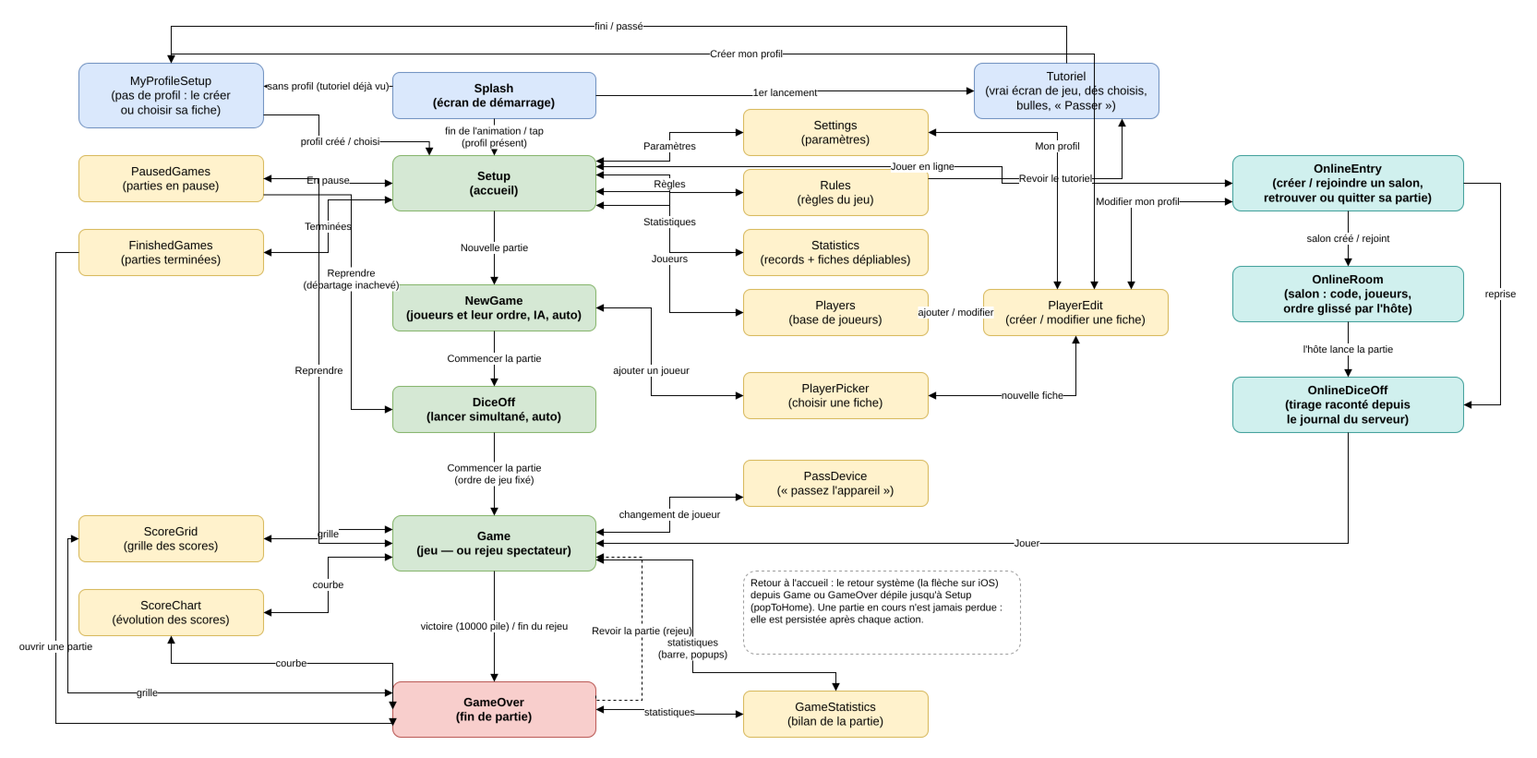
Above: docs/screen-flow.png in microscotch/tenk (draw.io), before the change. Source tidied: cells renumbered, new cells last; positions are measured from the earlier drawing's top-left corner, leaving out a move shared by most shapes.
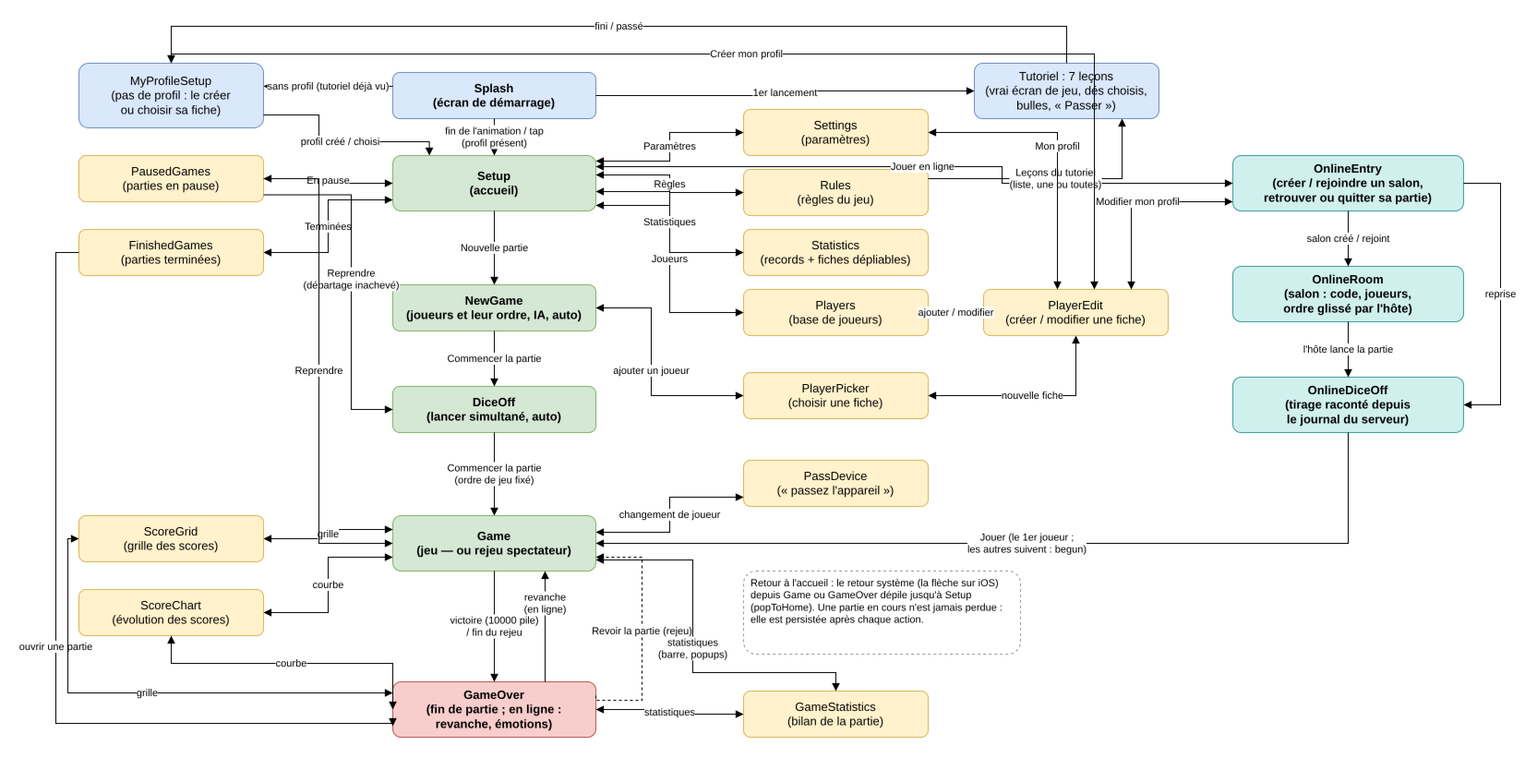
After the commit.

What changed in the source:
```diff
@@ -50,7 +50,7 @@
     <mxCell id="17" value="ScoreChart&#10;(évolution des scores)" style="rounded=1;whiteSpace=wrap;html=1;fillColor=#fff2cc;strokeColor=#d6b656;fontSize=13;" parent="1" vertex="1">
       <mxGeometry x="25" y="610" width="200" height="50" as="geometry" />
     </mxCell>
-    <mxCell id="18" value="GameOver&#10;(fin de partie)" style="rounded=1;whiteSpace=wrap;html=1;fillColor=#f8cecc;strokeColor=#b85450;fontSize=13;fontStyle=1;" parent="1" vertex="1">
+    <mxCell id="18" value="GameOver&#10;(fin de partie ; en ligne :&#10;revanche, émotions)" style="rounded=1;whiteSpace=wrap;html=1;fillColor=#f8cecc;strokeColor=#b85450;fontSize=13;fontStyle=1;" parent="1" vertex="1">
       <mxGeometry x="365" y="710" width="220" height="60" as="geometry" />
     </mxCell>
     <mxCell id="19" value="GameStatistics&#10;(bilan de la partie)" style="rounded=1;whiteSpace=wrap;html=1;fillColor=#fff2cc;strokeColor=#d6b656;fontSize=13;" parent="1" vertex="1">
@@ -128,7 +128,7 @@
         </Array>
       </mxGeometry>
     </mxCell>
-    <mxCell id="39" value="victoire (10000 pile) / fin du rejeu" style="edgeStyle=orthogonalEdgeStyle;rounded=0;html=1;fontSize=11;endArrow=block;endFill=1;" parent="1" edge="1" source="15" target="18">
+    <mxCell id="39" value="victoire (10000 pile)&#10;/ fin du rejeu" style="edgeStyle=orthogonalEdgeStyle;rounded=0;html=1;fontSize=11;endArrow=block;endFill=1;" parent="1" edge="1" source="15" target="18">
       <mxGeometry relative="1" as="geometry" />
     </mxCell>
     <mxCell id="40" value="ouvrir une partie" style="edgeStyle=orthogonalEdgeStyle;rounded=0;html=1;fontSize=11;endArrow=block;endFill=1;exitX=0;exitY=0.5;entryX=0;entryY=0.8;" parent="1" edge="1" source="5" target="18">
@@ -198,7 +198,7 @@
     <mxCell id="51" value="l'hôte lance la partie" style="edgeStyle=orthogonalEdgeStyle;rounded=0;html=1;fontSize=11;endArrow=block;endFill=1;exitX=0.5;exitY=1;entryX=0.5;entryY=0;labelBackgroundColor=#ffffff;" parent="1" edge="1" source="47" target="48">
       <mxGeometry relative="1" as="geometry" />
     </mxCell>
-    <mxCell id="52" value="Jouer" style="edgeStyle=orthogonalEdgeStyle;rounded=0;html=1;fontSize=11;endArrow=block;endFill=1;exitX=0.5;exitY=1;entryX=1;entryY=0.5;labelBackgroundColor=#ffffff;" parent="1" edge="1" source="48" target="15">
+    <mxCell id="52" value="Jouer (le 1er joueur ;&#10;les autres suivent : begun)" style="edgeStyle=orthogonalEdgeStyle;rounded=0;html=1;fontSize=11;endArrow=block;endFill=1;exitX=0.5;exitY=1;entryX=1;entryY=0.5;labelBackgroundColor=#ffffff;" parent="1" edge="1" source="48" target="15">
       <mxGeometry relative="1" as="geometry">
         <Array as="points">
           <mxPoint x="1400" y="560" />
@@ -216,7 +216,7 @@
     <mxCell id="54" value="MyProfileSetup&#10;(pas de profil : le créer&#10;ou choisir sa fiche)" style="rounded=1;whiteSpace=wrap;html=1;fillColor=#dae8fc;strokeColor=#6c8ebf;fontSize=13;" parent="1" vertex="1">
       <mxGeometry x="25" y="40" width="200" height="70" as="geometry" />
     </mxCell>
-    <mxCell id="55" value="Tutoriel&#10;(vrai écran de jeu, dés choisis,&#10;bulles, « Passer »)" style="rounded=1;whiteSpace=wrap;html=1;fillColor=#dae8fc;strokeColor=#6c8ebf;fontSize=13;" parent="1" vertex="1">
+    <mxCell id="55" value="Tutoriel : 7 leçons&#10;(vrai écran de jeu, dés choisis,&#10;bulles, « Passer »)" style="rounded=1;whiteSpace=wrap;html=1;fillColor=#dae8fc;strokeColor=#6c8ebf;fontSize=13;" parent="1" vertex="1">
       <mxGeometry x="995" y="40" width="200" height="60" as="geometry" />
     </mxCell>
     <mxCell id="56" value="1er lancement" style="edgeStyle=orthogonalEdgeStyle;rounded=0;html=1;fontSize=11;endArrow=block;endFill=1;labelBackgroundColor=#ffffff;exitX=1;exitY=0.5;entryX=0;entryY=0.5;" parent="1" edge="1" source="2" target="55">
@@ -230,9 +230,14 @@
         </Array>
       </mxGeometry>
     </mxCell>
-    <mxCell id="58" value="Revoir le tutoriel" style="edgeStyle=orthogonalEdgeStyle;rounded=0;html=1;fontSize=11;endArrow=block;endFill=1;labelBackgroundColor=#ffffff;exitX=1;exitY=0.2;entryX=0.8;entryY=1;" parent="1" edge="1" source="8" target="55">
+    <mxCell id="58" value="Leçons du tutoriel&#10;(liste, une ou toutes)" style="edgeStyle=orthogonalEdgeStyle;rounded=0;html=1;fontSize=11;endArrow=block;endFill=1;labelBackgroundColor=#ffffff;exitX=1;exitY=0.2;entryX=0.8;entryY=1;" parent="1" edge="1" source="8" target="55">
       <mxGeometry relative="1" as="geometry" />
     </mxCell>
+    <mxCell id="64" value="revanche&#10;(en ligne)" style="edgeStyle=orthogonalEdgeStyle;rounded=0;html=1;fontSize=11;endArrow=block;endFill=1;exitX=0.75;exitY=0;entryX=0.75;entryY=1;labelBackgroundColor=#ffffff;" parent="1" edge="1" source="18" target="15">
+      <mxGeometry relative="1" as="geometry">
+        <mxPoint y="-25" as="offset" />
+      </mxGeometry>
+    </mxCell>
     <mxCell id="59" value="sans profil (tutoriel déjà vu)" style="edgeStyle=orthogonalEdgeStyle;rounded=0;html=1;fontSize=11;endArrow=block;endFill=1;labelBackgroundColor=#ffffff;exitX=0;exitY=0.3;entryX=1;entryY=0.357;" parent="1" edge="1" source="2" target="54">
       <mxGeometry relative="1" as="geometry" />
     </mxCell>
```
